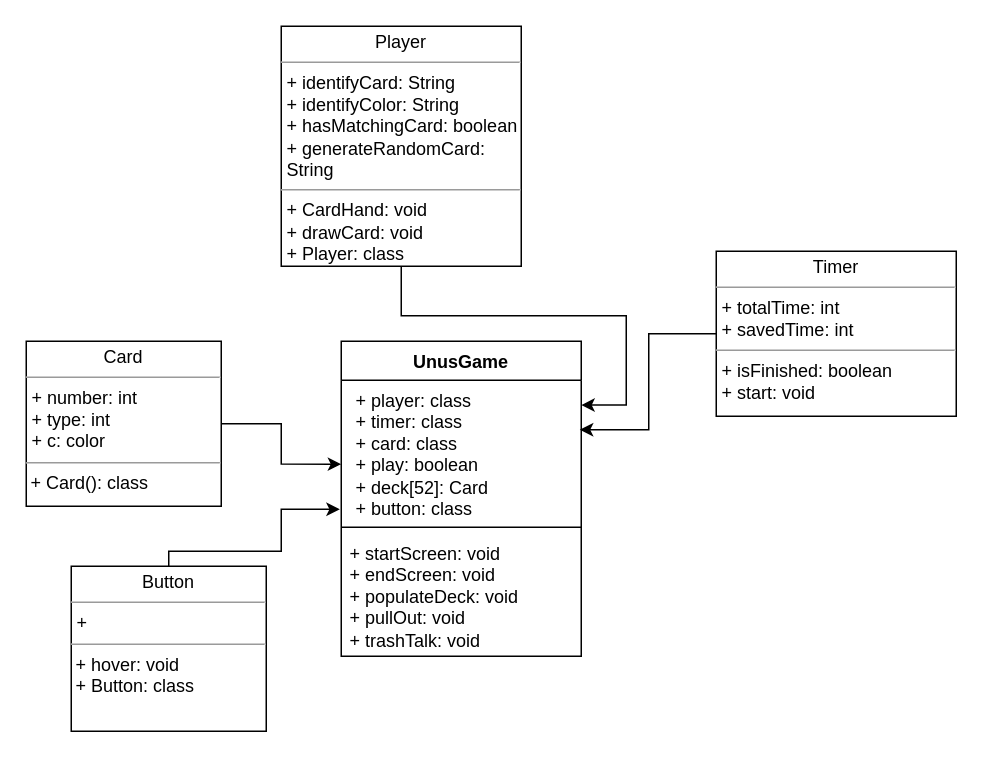
LilianDm/UnoGame keeps this draw.io diagram as UnoGame.drawio. Above is the earlier version. Source tidied: cells renumbered, new cells numbered last; positions are measured from the earlier drawing's top-left corner, leaving out a move shared by most shapes. Both pictures are drawn from the tidied source at 150%, with x=0, y=0 at pixel (26, 26).
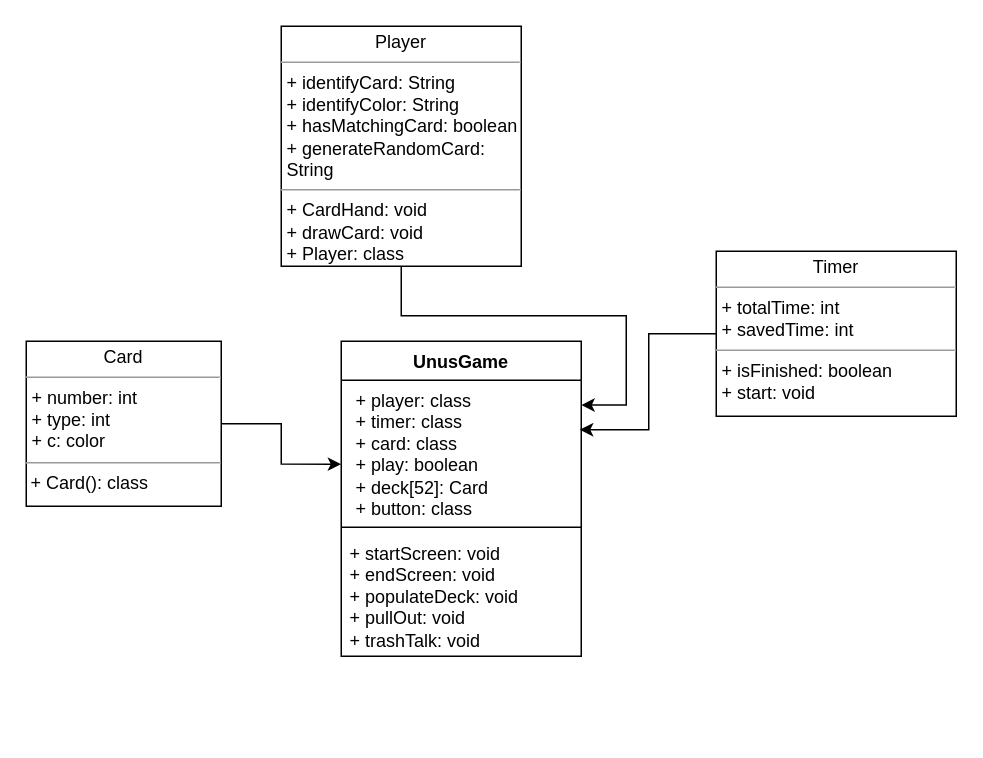
After the change.

Change to the diagram source:
```diff
@@
 <mxGraphModel>
   <root>
     <mxCell id="0" />
     <mxCell id="1" parent="0" />
     <mxCell id="2" style="edgeStyle=orthogonalEdgeStyle;rounded=0;jettySize=auto;html=1;entryX=1;entryY=0.176;entryDx=0;entryDy=0;entryPerimeter=0;" parent="1" edge="1" source="3" target="7">
       <mxGeometry relative="1" as="geometry">
         <Array as="points">
           <mxPoint x="250" y="193" />
           <mxPoint x="400" y="193" />
           <mxPoint x="400" y="253" />
         </Array>
       </mxGeometry>
     </mxCell>
     <mxCell id="3" value="&lt;p style=&quot;margin:0px;margin-top:4px;text-align:center;&quot;&gt;Player&lt;/p&gt;&lt;hr size=&quot;1&quot;&gt;&lt;p style=&quot;margin:0px;margin-left:4px;&quot;&gt;+ identifyCard: String&lt;/p&gt;&lt;p style=&quot;margin:0px;margin-left:4px;&quot;&gt;+ identifyColor: String&lt;/p&gt;&lt;p style=&quot;margin:0px;margin-left:4px;&quot;&gt;+ hasMatchingCard: boolean&lt;/p&gt;&lt;p style=&quot;margin:0px;margin-left:4px;&quot;&gt;+ generateRandomCard: String&lt;/p&gt;&lt;hr size=&quot;1&quot;&gt;&lt;p style=&quot;margin:0px;margin-left:4px;&quot;&gt;+ CardHand: void&lt;br&gt;&lt;/p&gt;&lt;p style=&quot;margin:0px;margin-left:4px;&quot;&gt;+ drawCard: void&lt;br&gt;&lt;/p&gt;&lt;p style=&quot;margin:0px;margin-left:4px;&quot;&gt;+ Player: class&lt;/p&gt;" style="verticalAlign=top;align=left;overflow=fill;html=1;whiteSpace=wrap;" parent="1" vertex="1">
       <mxGeometry x="170" width="160" height="160" as="geometry" />
     </mxCell>
     <mxCell id="4" style="edgeStyle=orthogonalEdgeStyle;rounded=0;jettySize=auto;html=1;entryX=0;entryY=0.595;entryDx=0;entryDy=0;entryPerimeter=0;" parent="1" edge="1" source="5" target="7">
       <mxGeometry relative="1" as="geometry" />
     </mxCell>
     <mxCell id="5" value="&lt;p style=&quot;margin:0px;margin-top:4px;text-align:center;&quot;&gt;Card&lt;/p&gt;&lt;hr size=&quot;1&quot;&gt;&lt;p style=&quot;margin:0px;margin-left:4px;&quot;&gt;+ number: int&lt;/p&gt;&lt;p style=&quot;margin:0px;margin-left:4px;&quot;&gt;+ type: int&lt;/p&gt;&lt;p style=&quot;margin:0px;margin-left:4px;&quot;&gt;&lt;span style=&quot;background-color: initial;&quot;&gt;+ c: color&lt;/span&gt;&lt;/p&gt;&lt;hr size=&quot;1&quot;&gt;&amp;nbsp;+ Card(): class&lt;p style=&quot;margin:0px;margin-left:4px;&quot;&gt;&lt;/p&gt;" style="verticalAlign=top;align=left;overflow=fill;html=1;whiteSpace=wrap;" parent="1" vertex="1">
       <mxGeometry y="210" width="130" height="110" as="geometry" />
     </mxCell>
     <mxCell id="6" value="UnusGame" style="swimlane;fontStyle=1;align=center;verticalAlign=top;horizontal=1;startSize=26;whiteSpace=wrap;html=1;" parent="1" vertex="1">
       <mxGeometry x="210" y="210" width="160" height="210" as="geometry" />
     </mxCell>
     <mxCell id="7" value="&lt;p style=&quot;--tw-border-spacing-x: 0; --tw-border-spacing-y: 0; --tw-translate-x: 0; --tw-translate-y: 0; --tw-rotate: 0; --tw-skew-x: 0; --tw-skew-y: 0; --tw-scale-x: 1; --tw-scale-y: 1; --tw-pan-x: ; --tw-pan-y: ; --tw-pinch-zoom: ; --tw-scroll-snap-strictness: proximity; --tw-gradient-from-position: ; --tw-gradient-via-position: ; --tw-gradient-to-position: ; --tw-ordinal: ; --tw-slashed-zero: ; --tw-numeric-figure: ; --tw-numeric-spacing: ; --tw-numeric-fraction: ; --tw-ring-inset: ; --tw-ring-offset-width: 0px; --tw-ring-offset-color: #fff; --tw-ring-color: rgb(59 130 246 / .5); --tw-ring-offset-shadow: 0 0 #0000; --tw-ring-shadow: 0 0 #0000; --tw-shadow: 0 0 #0000; --tw-shadow-colored: 0 0 #0000; --tw-blur: ; --tw-brightness: ; --tw-contrast: ; --tw-grayscale: ; --tw-hue-rotate: ; --tw-invert: ; --tw-saturate: ; --tw-sepia: ; --tw-drop-shadow: ; --tw-backdrop-blur: ; --tw-backdrop-brightness: ; --tw-backdrop-contrast: ; --tw-backdrop-grayscale: ; --tw-backdrop-hue-rotate: ; --tw-backdrop-invert: ; --tw-backdrop-opacity: ; --tw-backdrop-saturate: ; --tw-backdrop-sepia: ; border-color: var(--border-color); margin: 0px 0px 0px 4px;&quot;&gt;+ player: class&lt;/p&gt;&lt;p style=&quot;--tw-border-spacing-x: 0; --tw-border-spacing-y: 0; --tw-translate-x: 0; --tw-translate-y: 0; --tw-rotate: 0; --tw-skew-x: 0; --tw-skew-y: 0; --tw-scale-x: 1; --tw-scale-y: 1; --tw-pan-x: ; --tw-pan-y: ; --tw-pinch-zoom: ; --tw-scroll-snap-strictness: proximity; --tw-gradient-from-position: ; --tw-gradient-via-position: ; --tw-gradient-to-position: ; --tw-ordinal: ; --tw-slashed-zero: ; --tw-numeric-figure: ; --tw-numeric-spacing: ; --tw-numeric-fraction: ; --tw-ring-inset: ; --tw-ring-offset-width: 0px; --tw-ring-offset-color: #fff; --tw-ring-color: rgb(59 130 246 / .5); --tw-ring-offset-shadow: 0 0 #0000; --tw-ring-shadow: 0 0 #0000; --tw-shadow: 0 0 #0000; --tw-shadow-colored: 0 0 #0000; --tw-blur: ; --tw-brightness: ; --tw-contrast: ; --tw-grayscale: ; --tw-hue-rotate: ; --tw-invert: ; --tw-saturate: ; --tw-sepia: ; --tw-drop-shadow: ; --tw-backdrop-blur: ; --tw-backdrop-brightness: ; --tw-backdrop-contrast: ; --tw-backdrop-grayscale: ; --tw-backdrop-hue-rotate: ; --tw-backdrop-invert: ; --tw-backdrop-opacity: ; --tw-backdrop-saturate: ; --tw-backdrop-sepia: ; border-color: var(--border-color); margin: 0px 0px 0px 4px;&quot;&gt;+ timer: class&lt;/p&gt;&lt;p style=&quot;--tw-border-spacing-x: 0; --tw-border-spacing-y: 0; --tw-translate-x: 0; --tw-translate-y: 0; --tw-rotate: 0; --tw-skew-x: 0; --tw-skew-y: 0; --tw-scale-x: 1; --tw-scale-y: 1; --tw-pan-x: ; --tw-pan-y: ; --tw-pinch-zoom: ; --tw-scroll-snap-strictness: proximity; --tw-gradient-from-position: ; --tw-gradient-via-position: ; --tw-gradient-to-position: ; --tw-ordinal: ; --tw-slashed-zero: ; --tw-numeric-figure: ; --tw-numeric-spacing: ; --tw-numeric-fraction: ; --tw-ring-inset: ; --tw-ring-offset-width: 0px; --tw-ring-offset-color: #fff; --tw-ring-color: rgb(59 130 246 / .5); --tw-ring-offset-shadow: 0 0 #0000; --tw-ring-shadow: 0 0 #0000; --tw-shadow: 0 0 #0000; --tw-shadow-colored: 0 0 #0000; --tw-blur: ; --tw-brightness: ; --tw-contrast: ; --tw-grayscale: ; --tw-hue-rotate: ; --tw-invert: ; --tw-saturate: ; --tw-sepia: ; --tw-drop-shadow: ; --tw-backdrop-blur: ; --tw-backdrop-brightness: ; --tw-backdrop-contrast: ; --tw-backdrop-grayscale: ; --tw-backdrop-hue-rotate: ; --tw-backdrop-invert: ; --tw-backdrop-opacity: ; --tw-backdrop-saturate: ; --tw-backdrop-sepia: ; border-color: var(--border-color); margin: 0px 0px 0px 4px;&quot;&gt;+ card: class&lt;/p&gt;&lt;p style=&quot;--tw-border-spacing-x: 0; --tw-border-spacing-y: 0; --tw-translate-x: 0; --tw-translate-y: 0; --tw-rotate: 0; --tw-skew-x: 0; --tw-skew-y: 0; --tw-scale-x: 1; --tw-scale-y: 1; --tw-pan-x: ; --tw-pan-y: ; --tw-pinch-zoom: ; --tw-scroll-snap-strictness: proximity; --tw-gradient-from-position: ; --tw-gradient-via-position: ; --tw-gradient-to-position: ; --tw-ordinal: ; --tw-slashed-zero: ; --tw-numeric-figure: ; --tw-numeric-spacing: ; --tw-numeric-fraction: ; --tw-ring-inset: ; --tw-ring-offset-width: 0px; --tw-ring-offset-color: #fff; --tw-ring-color: rgb(59 130 246 / .5); --tw-ring-offset-shadow: 0 0 #0000; --tw-ring-shadow: 0 0 #0000; --tw-shadow: 0 0 #0000; --tw-shadow-colored: 0 0 #0000; --tw-blur: ; --tw-brightness: ; --tw-contrast: ; --tw-grayscale: ; --tw-hue-rotate: ; --tw-invert: ; --tw-saturate: ; --tw-sepia: ; --tw-drop-shadow: ; --tw-backdrop-blur: ; --tw-backdrop-brightness: ; --tw-backdrop-contrast: ; --tw-backdrop-grayscale: ; --tw-backdrop-hue-rotate: ; --tw-backdrop-invert: ; --tw-backdrop-opacity: ; --tw-backdrop-saturate: ; --tw-backdrop-sepia: ; border-color: var(--border-color); margin: 0px 0px 0px 4px;&quot;&gt;&lt;span style=&quot;background-color: initial;&quot;&gt;+ play: boolean&lt;/span&gt;&lt;/p&gt;&lt;p style=&quot;--tw-border-spacing-x: 0; --tw-border-spacing-y: 0; --tw-translate-x: 0; --tw-translate-y: 0; --tw-rotate: 0; --tw-skew-x: 0; --tw-skew-y: 0; --tw-scale-x: 1; --tw-scale-y: 1; --tw-pan-x: ; --tw-pan-y: ; --tw-pinch-zoom: ; --tw-scroll-snap-strictness: proximity; --tw-gradient-from-position: ; --tw-gradient-via-position: ; --tw-gradient-to-position: ; --tw-ordinal: ; --tw-slashed-zero: ; --tw-numeric-figure: ; --tw-numeric-spacing: ; --tw-numeric-fraction: ; --tw-ring-inset: ; --tw-ring-offset-width: 0px; --tw-ring-offset-color: #fff; --tw-ring-color: rgb(59 130 246 / .5); --tw-ring-offset-shadow: 0 0 #0000; --tw-ring-shadow: 0 0 #0000; --tw-shadow: 0 0 #0000; --tw-shadow-colored: 0 0 #0000; --tw-blur: ; --tw-brightness: ; --tw-contrast: ; --tw-grayscale: ; --tw-hue-rotate: ; --tw-invert: ; --tw-saturate: ; --tw-sepia: ; --tw-drop-shadow: ; --tw-backdrop-blur: ; --tw-backdrop-brightness: ; --tw-backdrop-contrast: ; --tw-backdrop-grayscale: ; --tw-backdrop-hue-rotate: ; --tw-backdrop-invert: ; --tw-backdrop-opacity: ; --tw-backdrop-saturate: ; --tw-backdrop-sepia: ; border-color: var(--border-color); margin: 0px 0px 0px 4px;&quot;&gt;&lt;span style=&quot;background-color: initial;&quot;&gt;+ deck[52]: Card&lt;/span&gt;&lt;br&gt;&lt;/p&gt;&lt;p style=&quot;--tw-border-spacing-x: 0; --tw-border-spacing-y: 0; --tw-translate-x: 0; --tw-translate-y: 0; --tw-rotate: 0; --tw-skew-x: 0; --tw-skew-y: 0; --tw-scale-x: 1; --tw-scale-y: 1; --tw-pan-x: ; --tw-pan-y: ; --tw-pinch-zoom: ; --tw-scroll-snap-strictness: proximity; --tw-gradient-from-position: ; --tw-gradient-via-position: ; --tw-gradient-to-position: ; --tw-ordinal: ; --tw-slashed-zero: ; --tw-numeric-figure: ; --tw-numeric-spacing: ; --tw-numeric-fraction: ; --tw-ring-inset: ; --tw-ring-offset-width: 0px; --tw-ring-offset-color: #fff; --tw-ring-color: rgb(59 130 246 / .5); --tw-ring-offset-shadow: 0 0 #0000; --tw-ring-shadow: 0 0 #0000; --tw-shadow: 0 0 #0000; --tw-shadow-colored: 0 0 #0000; --tw-blur: ; --tw-brightness: ; --tw-contrast: ; --tw-grayscale: ; --tw-hue-rotate: ; --tw-invert: ; --tw-saturate: ; --tw-sepia: ; --tw-drop-shadow: ; --tw-backdrop-blur: ; --tw-backdrop-brightness: ; --tw-backdrop-contrast: ; --tw-backdrop-grayscale: ; --tw-backdrop-hue-rotate: ; --tw-backdrop-invert: ; --tw-backdrop-opacity: ; --tw-backdrop-saturate: ; --tw-backdrop-sepia: ; border-color: var(--border-color); margin: 0px 0px 0px 4px;&quot;&gt;&lt;span style=&quot;background-color: initial;&quot;&gt;+ button: class&lt;/span&gt;&lt;/p&gt;" style="text;strokeColor=none;fillColor=none;align=left;verticalAlign=top;spacingLeft=4;spacingRight=4;overflow=hidden;points=[[0,0.5],[1,0.5]];portConstraint=eastwest;whiteSpace=wrap;html=1;" parent="6" vertex="1">
       <mxGeometry y="26" width="160" height="94" as="geometry" />
     </mxCell>
     <mxCell id="8" style="line;strokeWidth=1;fillColor=none;align=left;verticalAlign=middle;spacingTop=-1;spacingLeft=3;spacingRight=3;labelPosition=right;strokeColor=inherit;" parent="6" vertex="1">
       <mxGeometry y="120" width="160" height="8" as="geometry" />
     </mxCell>
     <mxCell id="9" value="+ startScreen: void&lt;br&gt;+ endScreen: void&lt;br&gt;+ populateDeck: void&lt;br&gt;+ pullOut: void&lt;br&gt;+ trashTalk: void" style="text;strokeColor=none;fillColor=none;align=left;verticalAlign=top;spacingLeft=4;spacingRight=4;overflow=hidden;whiteSpace=wrap;html=1;" parent="6" vertex="1">
       <mxGeometry y="128" width="160" height="82" as="geometry" />
     </mxCell>
     <mxCell id="10" style="edgeStyle=orthogonalEdgeStyle;rounded=0;jettySize=auto;html=1;entryX=0.994;entryY=0.351;entryDx=0;entryDy=0;entryPerimeter=0;" parent="1" edge="1" source="11" target="7">
       <mxGeometry relative="1" as="geometry" />
     </mxCell>
     <mxCell id="11" value="&lt;p style=&quot;margin:0px;margin-top:4px;text-align:center;&quot;&gt;Timer&lt;/p&gt;&lt;hr size=&quot;1&quot;&gt;&lt;p style=&quot;margin:0px;margin-left:4px;&quot;&gt;+ totalTime: int&lt;/p&gt;&lt;p style=&quot;margin:0px;margin-left:4px;&quot;&gt;+ savedTime: int&lt;/p&gt;&lt;hr size=&quot;1&quot;&gt;&lt;p style=&quot;margin:0px;margin-left:4px;&quot;&gt;+ isFinished: boolean&lt;/p&gt;&lt;p style=&quot;margin:0px;margin-left:4px;&quot;&gt;+ start: void&lt;/p&gt;" style="verticalAlign=top;align=left;overflow=fill;html=1;whiteSpace=wrap;" parent="1" vertex="1">
       <mxGeometry x="460" y="150" width="160" height="110" as="geometry" />
     </mxCell>
-    <mxCell id="12" value="&lt;p style=&quot;margin:0px;margin-top:4px;text-align:center;&quot;&gt;Button&lt;/p&gt;&lt;hr size=&quot;1&quot;&gt;&lt;p style=&quot;margin:0px;margin-left:4px;&quot;&gt;+&amp;nbsp;&lt;br&gt;&lt;/p&gt;&lt;hr size=&quot;1&quot;&gt;&amp;nbsp;+ hover: void&lt;br&gt;&amp;nbsp;+ Button: class&lt;br&gt;&lt;p style=&quot;margin:0px;margin-left:4px;&quot;&gt;&lt;/p&gt;" style="verticalAlign=top;align=left;overflow=fill;html=1;whiteSpace=wrap;" parent="1" vertex="1">
-      <mxGeometry x="30" y="360" width="130" height="110" as="geometry" />
-    </mxCell>
-    <mxCell id="13" style="edgeStyle=orthogonalEdgeStyle;rounded=0;jettySize=auto;html=1;entryX=-0.006;entryY=0.915;entryDx=0;entryDy=0;entryPerimeter=0;" parent="1" edge="1" source="12" target="7">
-      <mxGeometry relative="1" as="geometry">
-        <Array as="points">
-          <mxPoint x="95" y="350" />
-          <mxPoint x="170" y="350" />
-          <mxPoint x="170" y="322" />
-        </Array>
-      </mxGeometry>
-    </mxCell>
   </root>
 </mxGraphModel>
```
